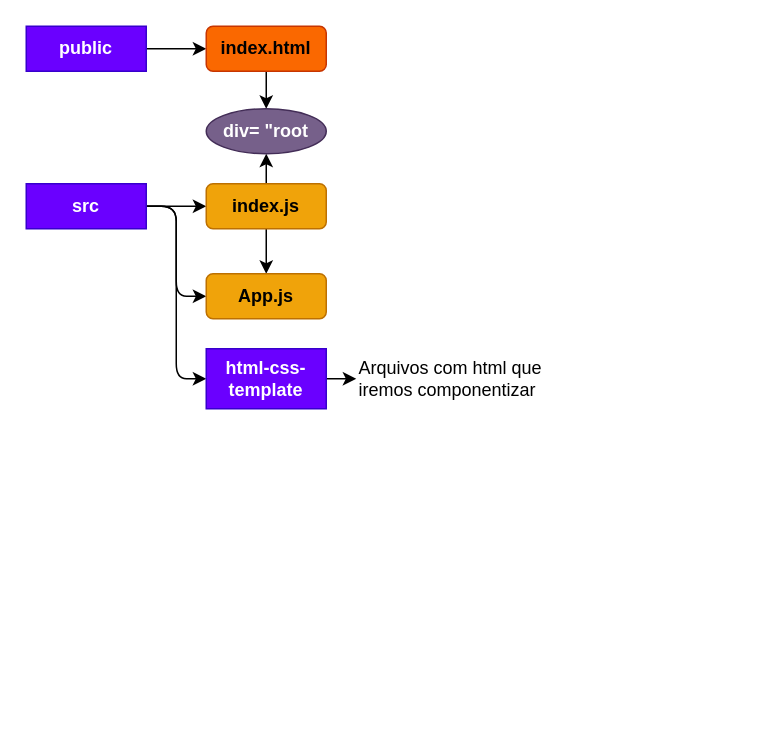
Before: music-box/arquitetura.drawio in miniguiti/bootcamp-cco-2022-2, a draw.io diagram. Source tidied: cells renumbered, new cells numbered last; positions are measured from the earlier drawing's top-left corner, leaving out a move shared by most shapes. Both pictures are drawn from the tidied source at 150%, with x=0, y=0 at pixel (26, 26).
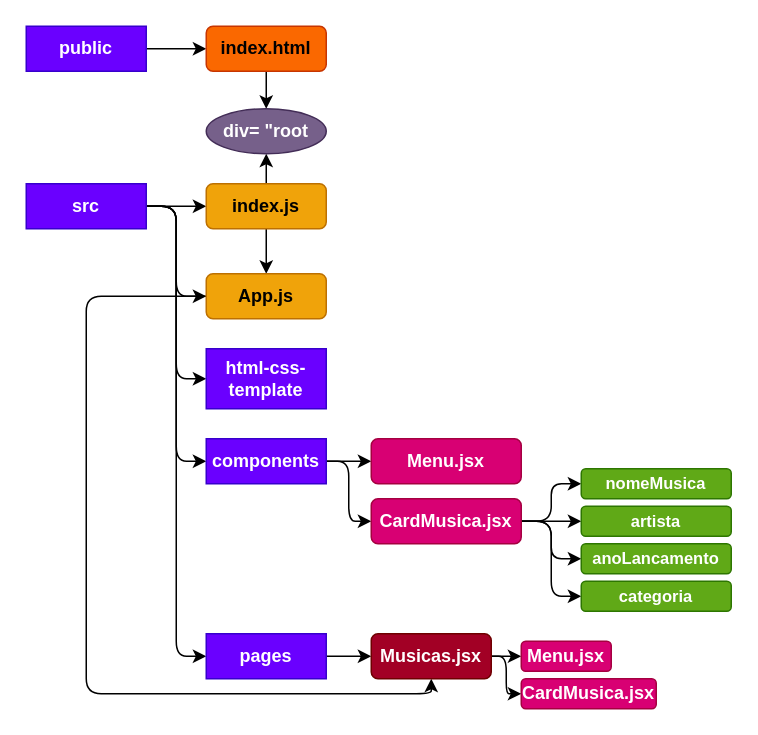
Above is the later version.

The change refers to these unchanged cells:
```xml
<mxCell id="7" value="src" style="rounded=0;whiteSpace=wrap;html=1;fillColor=#6a00ff;fontColor=#ffffff;strokeColor=#3700CC;fontStyle=1;" parent="1" vertex="1">
  <mxGeometry y="105" width="80" height="30" as="geometry" />
</mxCell>
<mxCell id="14" value="App.js" style="rounded=1;whiteSpace=wrap;html=1;fillColor=#f0a30a;fontColor=#000000;strokeColor=#BD7000;fontStyle=1;" parent="1" vertex="1">
  <mxGeometry x="120" y="165" width="80" height="30" as="geometry" />
</mxCell>
<mxCell id="16" value="html-css-template" style="rounded=0;whiteSpace=wrap;html=1;fillColor=#6a00ff;fontColor=#ffffff;strokeColor=#3700CC;fontStyle=1;" parent="1" vertex="1">
  <mxGeometry x="120" y="215" width="80" height="40" as="geometry" />
</mxCell>
```

What changed in the source:
```diff
@@
+    <mxCell id="18" style="edgeStyle=orthogonalEdgeStyle;html=1;entryX=0;entryY=0.5;entryDx=0;entryDy=0;" parent="1" edge="1" source="7" target="23">
+      <mxGeometry relative="1" as="geometry" />
+    </mxCell>
+    <mxCell id="19" style="edgeStyle=orthogonalEdgeStyle;html=1;entryX=0;entryY=0.5;entryDx=0;entryDy=0;" parent="1" edge="1" source="7" target="25">
+      <mxGeometry relative="1" as="geometry" />
+    </mxCell>
@@
+    <mxCell id="20" style="edgeStyle=orthogonalEdgeStyle;html=1;entryX=0.5;entryY=1;entryDx=0;entryDy=0;fontSize=10;" parent="1" edge="1" source="14" target="29">
+      <mxGeometry relative="1" as="geometry">
+        <Array as="points">
+          <mxPoint x="40" y="180" />
+          <mxPoint x="40" y="445" />
+          <mxPoint x="270" y="445" />
+        </Array>
+      </mxGeometry>
+    </mxCell>
@@
-    <mxCell id="15" style="edgeStyle=orthogonalEdgeStyle;html=1;" parent="1" edge="1" source="16" target="17">
-      <mxGeometry relative="1" as="geometry" />
-    </mxCell>
@@
-    <mxCell id="17" value="Arquivos com html que &lt;br&gt;iremos componentizar" style="text;html=1;align=left;verticalAlign=middle;points=[];strokeColor=none;fillColor=none;" parent="1" vertex="1">
-      <mxGeometry x="220" y="220" width="140" height="30" as="geometry" />
-    </mxCell>
+    <mxCell id="21" style="edgeStyle=orthogonalEdgeStyle;html=1;" parent="1" edge="1" source="23" target="26">
+      <mxGeometry relative="1" as="geometry" />
+    </mxCell>
+    <mxCell id="22" style="edgeStyle=orthogonalEdgeStyle;html=1;entryX=0;entryY=0.5;entryDx=0;entryDy=0;" parent="1" edge="1" source="23" target="35">
+      <mxGeometry relative="1" as="geometry" />
+    </mxCell>
+    <mxCell id="23" value="components" style="rounded=0;whiteSpace=wrap;html=1;fillColor=#6a00ff;fontColor=#ffffff;strokeColor=#3700CC;fontStyle=1;" parent="1" vertex="1">
+      <mxGeometry x="120" y="275" width="80" height="30" as="geometry" />
+    </mxCell>
+    <mxCell id="24" style="edgeStyle=orthogonalEdgeStyle;html=1;" parent="1" edge="1" source="25" target="29">
+      <mxGeometry relative="1" as="geometry" />
+    </mxCell>
+    <mxCell id="25" value="pages" style="rounded=0;whiteSpace=wrap;html=1;fillColor=#6a00ff;fontColor=#ffffff;strokeColor=#3700CC;fontStyle=1;" parent="1" vertex="1">
+      <mxGeometry x="120" y="405" width="80" height="30" as="geometry" />
+    </mxCell>
+    <mxCell id="26" value="Menu.jsx" style="rounded=1;whiteSpace=wrap;html=1;fillColor=#d80073;fontColor=#ffffff;strokeColor=#A50040;fontStyle=1;" parent="1" vertex="1">
+      <mxGeometry x="230" y="275" width="100" height="30" as="geometry" />
+    </mxCell>
+    <mxCell id="27" style="edgeStyle=orthogonalEdgeStyle;html=1;" parent="1" edge="1" source="29" target="30">
+      <mxGeometry relative="1" as="geometry" />
+    </mxCell>
+    <mxCell id="28" style="edgeStyle=orthogonalEdgeStyle;html=1;entryX=0;entryY=0.5;entryDx=0;entryDy=0;fontSize=10;" parent="1" edge="1" source="29" target="40">
+      <mxGeometry relative="1" as="geometry" />
+    </mxCell>
+    <mxCell id="29" value="Musicas.jsx" style="rounded=1;whiteSpace=wrap;html=1;fillColor=#a20025;fontColor=#ffffff;strokeColor=#6F0000;fontStyle=1;" parent="1" vertex="1">
+      <mxGeometry x="230" y="405" width="80" height="30" as="geometry" />
+    </mxCell>
+    <mxCell id="30" value="Menu.jsx" style="rounded=1;whiteSpace=wrap;html=1;fillColor=#d80073;fontColor=#ffffff;strokeColor=#A50040;fontStyle=1;" parent="1" vertex="1">
+      <mxGeometry x="330" y="410" width="60" height="20" as="geometry" />
+    </mxCell>
+    <mxCell id="31" style="edgeStyle=orthogonalEdgeStyle;html=1;fontSize=10;" parent="1" edge="1" source="35" target="36">
+      <mxGeometry relative="1" as="geometry" />
+    </mxCell>
+    <mxCell id="32" style="edgeStyle=orthogonalEdgeStyle;html=1;fontSize=10;" parent="1" edge="1" source="35" target="37">
+      <mxGeometry relative="1" as="geometry" />
+    </mxCell>
+    <mxCell id="33" style="edgeStyle=orthogonalEdgeStyle;html=1;entryX=0;entryY=0.5;entryDx=0;entryDy=0;fontSize=10;" parent="1" edge="1" source="35" target="38">
+      <mxGeometry relative="1" as="geometry" />
+    </mxCell>
+    <mxCell id="34" style="edgeStyle=orthogonalEdgeStyle;html=1;entryX=0;entryY=0.5;entryDx=0;entryDy=0;fontSize=10;" parent="1" edge="1" source="35" target="39">
+      <mxGeometry relative="1" as="geometry" />
+    </mxCell>
+    <mxCell id="35" value="CardMusica.jsx" style="rounded=1;whiteSpace=wrap;html=1;fillColor=#d80073;fontColor=#ffffff;strokeColor=#A50040;fontStyle=1;" parent="1" vertex="1">
+      <mxGeometry x="230" y="315" width="100" height="30" as="geometry" />
+    </mxCell>
+    <mxCell id="36" value="nomeMusica" style="rounded=1;whiteSpace=wrap;html=1;fillColor=#60a917;fontColor=#ffffff;strokeColor=#2D7600;fontStyle=1;fontSize=11;" parent="1" vertex="1">
+      <mxGeometry x="370" y="295" width="100" height="20" as="geometry" />
+    </mxCell>
+    <mxCell id="37" value="artista" style="rounded=1;whiteSpace=wrap;html=1;fillColor=#60a917;fontColor=#ffffff;strokeColor=#2D7600;fontStyle=1;fontSize=11;" parent="1" vertex="1">
+      <mxGeometry x="370" y="320" width="100" height="20" as="geometry" />
+    </mxCell>
+    <mxCell id="38" value="anoLancamento" style="rounded=1;whiteSpace=wrap;html=1;fillColor=#60a917;fontColor=#ffffff;strokeColor=#2D7600;fontStyle=1;fontSize=11;" parent="1" vertex="1">
+      <mxGeometry x="370" y="345" width="100" height="20" as="geometry" />
+    </mxCell>
+    <mxCell id="39" value="categoria" style="rounded=1;whiteSpace=wrap;html=1;fillColor=#60a917;fontColor=#ffffff;strokeColor=#2D7600;fontStyle=1;fontSize=11;" parent="1" vertex="1">
+      <mxGeometry x="370" y="370" width="100" height="20" as="geometry" />
+    </mxCell>
+    <mxCell id="40" value="CardMusica.jsx" style="rounded=1;whiteSpace=wrap;html=1;fillColor=#d80073;fontColor=#ffffff;strokeColor=#A50040;fontStyle=1;" parent="1" vertex="1">
+      <mxGeometry x="330" y="435" width="90" height="20" as="geometry" />
+    </mxCell>
```
